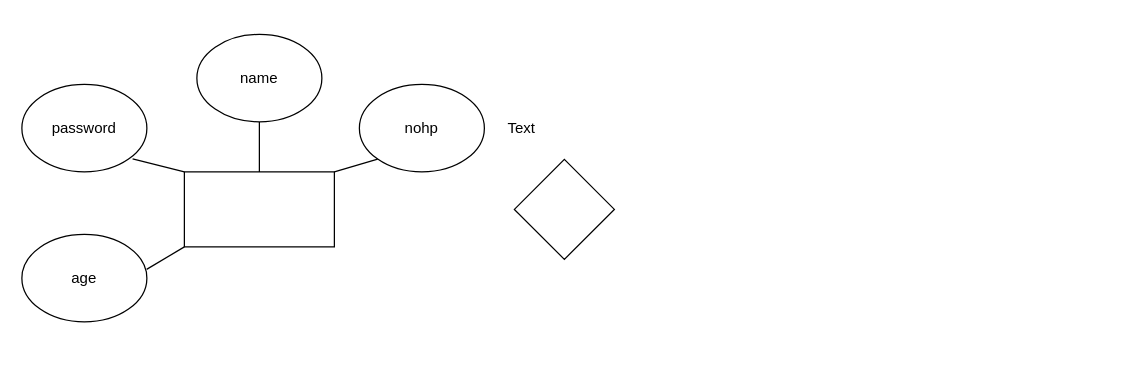
Earlier version of the draw.io diagram ERD.drawio (VisualGitCode/VisualGitCode.github.io). Source tidied: cells renumbered, new cells numbered last; positions are measured from the earlier drawing's top-left corner, leaving out a move shared by most shapes. Both pictures are drawn from the tidied source at 125%, with x=0, y=0 at pixel (21, 34).
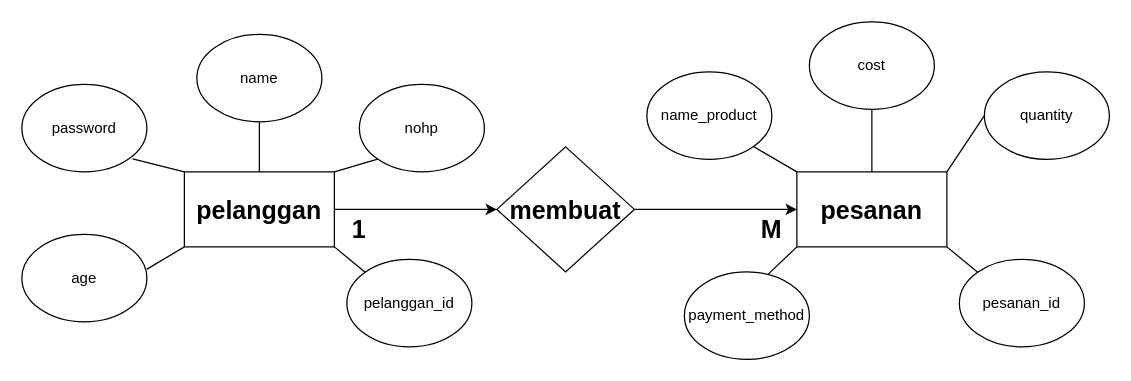
After the change.

The change refers to these unchanged cells:
```xml
<mxCell id="2" style="rounded=0;whiteSpace=wrap;html=1;" parent="1" vertex="1">
  <mxGeometry x="130" y="110" width="120" height="60" as="geometry" />
</mxCell>
```

What changed in the source:
```diff
@@
+    <mxCell id="17" style="edgeStyle=orthogonalEdgeStyle;rounded=0;jettySize=auto;html=1;exitX=1;exitY=0.5;exitDx=0;exitDy=0;entryX=0;entryY=0.5;entryDx=0;entryDy=0;" parent="1" edge="1" source="2" target="15">
+      <mxGeometry relative="1" as="geometry" />
+    </mxCell>
@@
+    <mxCell id="18" style="edgeStyle=orthogonalEdgeStyle;rounded=0;jettySize=auto;html=1;exitX=1;exitY=0.5;exitDx=0;exitDy=0;" parent="1" edge="1" source="15" target="21">
+      <mxGeometry relative="1" as="geometry" />
+    </mxCell>
     <mxCell id="15" style="rhombus;whiteSpace=wrap;html=1;" parent="1" vertex="1">
-      <mxGeometry x="394" y="100" width="80" height="80" as="geometry" />
+      <mxGeometry x="380" y="90" width="110" height="100" as="geometry" />
     </mxCell>
-    <mxCell id="16" value="Text" style="text;strokeColor=none;align=center;fillColor=none;html=1;verticalAlign=middle;whiteSpace=wrap;rounded=0;" parent="1" vertex="1">
-      <mxGeometry x="370" y="60" width="60" height="30" as="geometry" />
-    </mxCell>
+    <mxCell id="19" value="&lt;font style=&quot;font-size: 20px;&quot;&gt;membuat&lt;/font&gt;" style="text;strokeColor=none;align=center;fillColor=none;html=1;verticalAlign=middle;whiteSpace=wrap;rounded=0;fontStyle=1;" parent="1" vertex="1">
+      <mxGeometry x="405" y="125" width="60" height="30" as="geometry" />
+    </mxCell>
+    <mxCell id="20" value="pelanggan" style="text;strokeColor=none;align=center;fillColor=none;html=1;verticalAlign=middle;whiteSpace=wrap;rounded=0;fontStyle=1;fontSize=20;" parent="1" vertex="1">
+      <mxGeometry x="160" y="125" width="60" height="30" as="geometry" />
+    </mxCell>
+    <mxCell id="21" style="rounded=0;whiteSpace=wrap;html=1;" parent="1" vertex="1">
+      <mxGeometry x="620" y="110" width="120" height="60" as="geometry" />
+    </mxCell>
+    <mxCell id="22" value="pesanan" style="text;strokeColor=none;align=center;fillColor=none;html=1;verticalAlign=middle;whiteSpace=wrap;rounded=0;fontStyle=1;fontSize=20;" parent="1" vertex="1">
+      <mxGeometry x="650" y="125" width="60" height="30" as="geometry" />
+    </mxCell>
+    <mxCell id="23" style="ellipse;whiteSpace=wrap;html=1;" parent="1" vertex="1">
+      <mxGeometry x="630" y="-10" width="100" height="70" as="geometry" />
+    </mxCell>
+    <mxCell id="24" value="cost" style="text;strokeColor=none;align=center;fillColor=none;html=1;verticalAlign=middle;whiteSpace=wrap;rounded=0;" parent="1" vertex="1">
+      <mxGeometry x="650" y="10" width="60" height="30" as="geometry" />
+    </mxCell>
+    <mxCell id="25" style="ellipse;whiteSpace=wrap;html=1;" parent="1" vertex="1">
+      <mxGeometry x="770" y="30" width="100" height="70" as="geometry" />
+    </mxCell>
+    <mxCell id="26" value="quantity" style="text;strokeColor=none;align=center;fillColor=none;html=1;verticalAlign=middle;whiteSpace=wrap;rounded=0;" parent="1" vertex="1">
+      <mxGeometry x="790" y="50" width="60" height="30" as="geometry" />
+    </mxCell>
+    <mxCell id="27" style="ellipse;whiteSpace=wrap;html=1;" parent="1" vertex="1">
+      <mxGeometry x="500" y="30" width="100" height="70" as="geometry" />
+    </mxCell>
+    <mxCell id="28" style="ellipse;whiteSpace=wrap;html=1;" parent="1" vertex="1">
+      <mxGeometry x="750" y="180" width="100" height="70" as="geometry" />
+    </mxCell>
+    <mxCell id="29" value="pesanan_id" style="text;strokeColor=none;align=center;fillColor=none;html=1;verticalAlign=middle;whiteSpace=wrap;rounded=0;" parent="1" vertex="1">
+      <mxGeometry x="770" y="200" width="60" height="30" as="geometry" />
+    </mxCell>
+    <mxCell id="30" value="name_product" style="text;strokeColor=none;align=center;fillColor=none;html=1;verticalAlign=middle;whiteSpace=wrap;rounded=0;" parent="1" vertex="1">
+      <mxGeometry x="520" y="50" width="60" height="30" as="geometry" />
+    </mxCell>
+    <mxCell id="31" style="ellipse;whiteSpace=wrap;html=1;" parent="1" vertex="1">
+      <mxGeometry x="530" y="190" width="100" height="70" as="geometry" />
+    </mxCell>
+    <mxCell id="32" value="payment_method" style="text;strokeColor=none;align=center;fillColor=none;html=1;verticalAlign=middle;whiteSpace=wrap;rounded=0;" parent="1" vertex="1">
+      <mxGeometry x="550" y="210" width="60" height="30" as="geometry" />
+    </mxCell>
+    <mxCell id="33" style="endArrow=none;html=1;rounded=0;entryX=0;entryY=0;entryDx=0;entryDy=0;exitX=1;exitY=1;exitDx=0;exitDy=0;" parent="1" edge="1" source="27" target="21">
+      <mxGeometry relative="1" as="geometry" />
+    </mxCell>
+    <mxCell id="34" style="endArrow=none;html=1;rounded=0;exitX=0.671;exitY=0.026;exitDx=0;exitDy=0;exitPerimeter=0;" parent="1" edge="1" source="31">
+      <mxGeometry relative="1" as="geometry">
+        <mxPoint x="620" y="170" as="targetPoint" />
+      </mxGeometry>
+    </mxCell>
+    <mxCell id="35" style="endArrow=none;html=1;rounded=0;entryX=1;entryY=1;entryDx=0;entryDy=0;exitX=0;exitY=0;exitDx=0;exitDy=0;" parent="1" edge="1" source="28" target="21">
+      <mxGeometry relative="1" as="geometry" />
+    </mxCell>
+    <mxCell id="36" style="endArrow=none;html=1;rounded=0;entryX=0.5;entryY=1;entryDx=0;entryDy=0;exitX=0.5;exitY=0;exitDx=0;exitDy=0;" parent="1" edge="1" source="21" target="23">
+      <mxGeometry relative="1" as="geometry" />
+    </mxCell>
+    <mxCell id="37" style="endArrow=none;html=1;rounded=0;entryX=0;entryY=0.5;entryDx=0;entryDy=0;exitX=1;exitY=0;exitDx=0;exitDy=0;" parent="1" edge="1" source="21" target="25">
+      <mxGeometry relative="1" as="geometry" />
+    </mxCell>
+    <mxCell id="38" style="ellipse;whiteSpace=wrap;html=1;" parent="1" vertex="1">
+      <mxGeometry x="260" y="180" width="100" height="70" as="geometry" />
+    </mxCell>
+    <mxCell id="39" value="pelanggan_id" style="text;strokeColor=none;align=center;fillColor=none;html=1;verticalAlign=middle;whiteSpace=wrap;rounded=0;" parent="1" vertex="1">
+      <mxGeometry x="280" y="200" width="60" height="30" as="geometry" />
+    </mxCell>
+    <mxCell id="40" style="endArrow=none;html=1;rounded=0;entryX=1;entryY=1;entryDx=0;entryDy=0;exitX=0;exitY=0;exitDx=0;exitDy=0;" parent="1" edge="1" source="38" target="2">
+      <mxGeometry relative="1" as="geometry" />
+    </mxCell>
+    <mxCell id="41" value="1" style="text;strokeColor=none;align=center;fillColor=none;html=1;verticalAlign=middle;whiteSpace=wrap;rounded=0;fontSize=20;fontStyle=1;" parent="1" vertex="1">
+      <mxGeometry x="260" y="140" width="20" height="30" as="geometry" />
+    </mxCell>
+    <mxCell id="42" value="M" style="text;strokeColor=none;align=center;fillColor=none;html=1;verticalAlign=middle;whiteSpace=wrap;rounded=0;fontStyle=1;fontSize=20;" parent="1" vertex="1">
+      <mxGeometry x="570" y="140" width="60" height="30" as="geometry" />
+    </mxCell>
```
